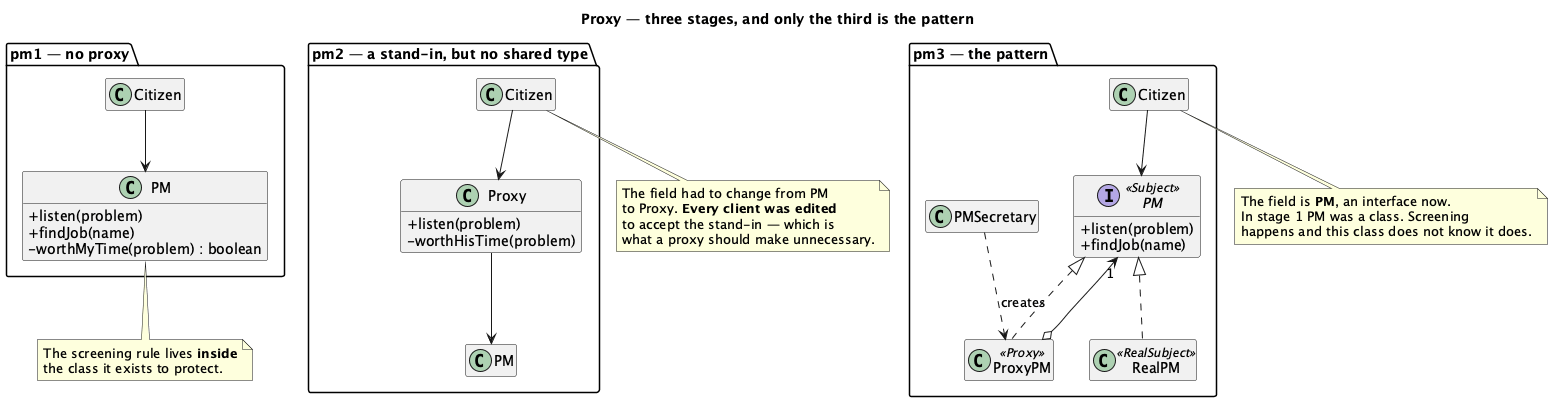
Above: src/main/java/dev/kaldiroglu/dp/introduction/proxy/pm/uml/Proxy - Prime Minister - Class Diagram.png in kaldiroglu/DesignPatternsWithJava (PlantUML), before the change.
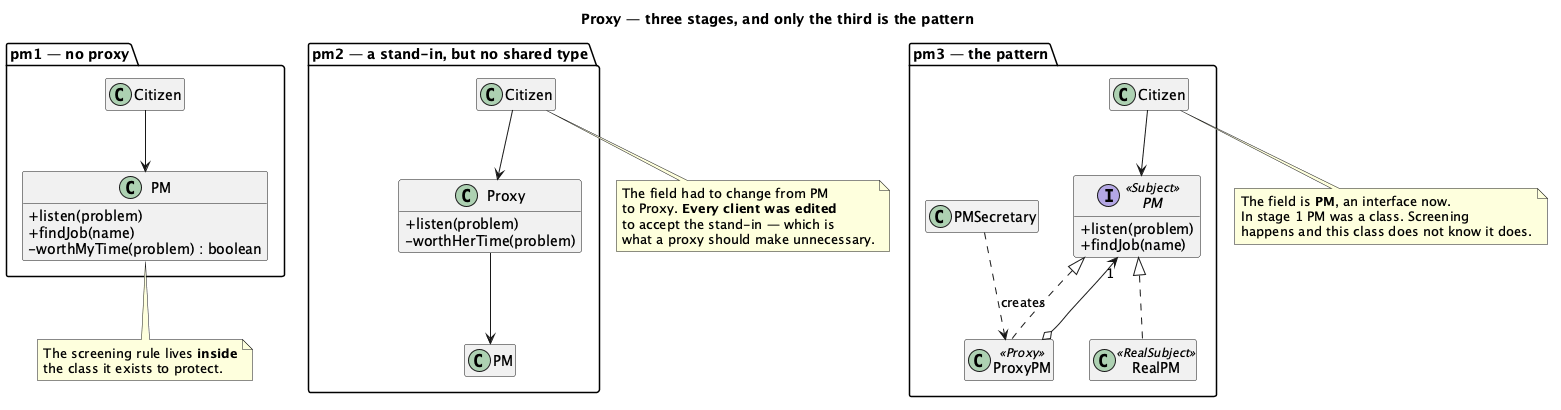
The same diagram one commit later.

The edit, as a diff of the source:
```diff
@@ -18,7 +18,7 @@
   class PM2 as "PM"
   class Proxy2 as "Proxy" {
     + listen(problem)
-    - worthHisTime(problem)
+    - worthHerTime(problem)
   }
   class Citizen2 as "Citizen"
   Citizen2 --> Proxy2
```
